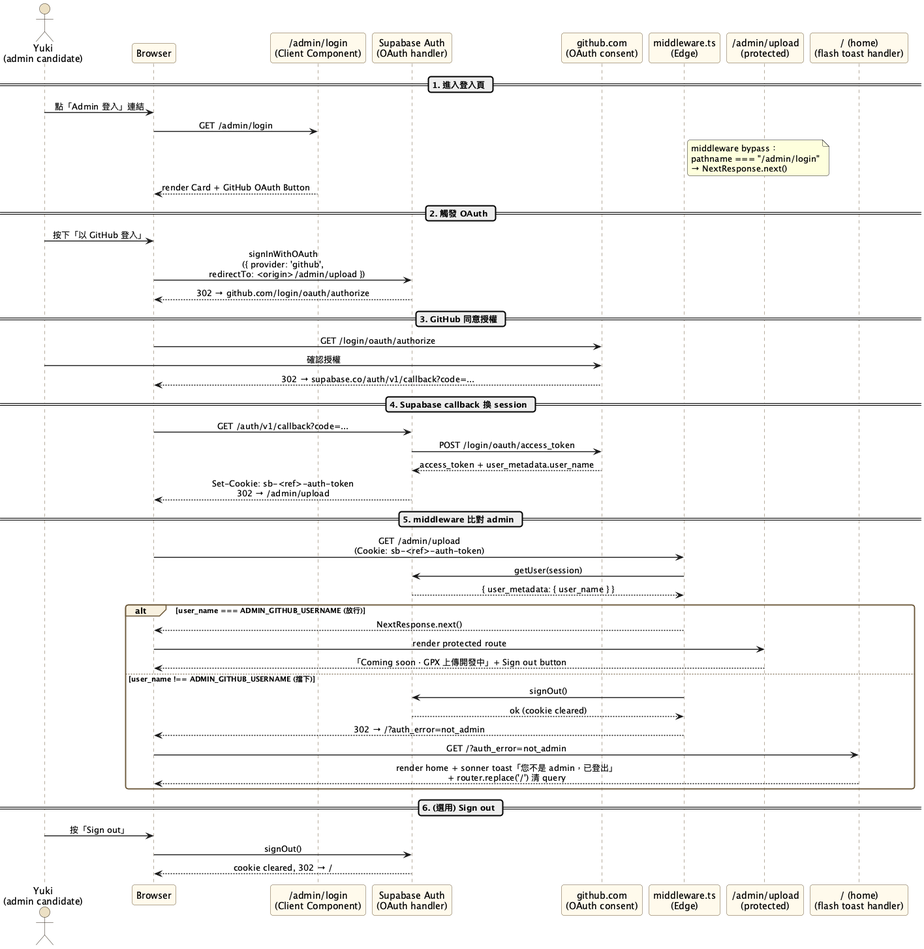
The PlantUML diagram openspec/changes/wave-c-supabase-rls-auth/diagrams/01-sequence-admin-oauth-flow.png in BIBIOTA/yuki-running-map, before a commit.
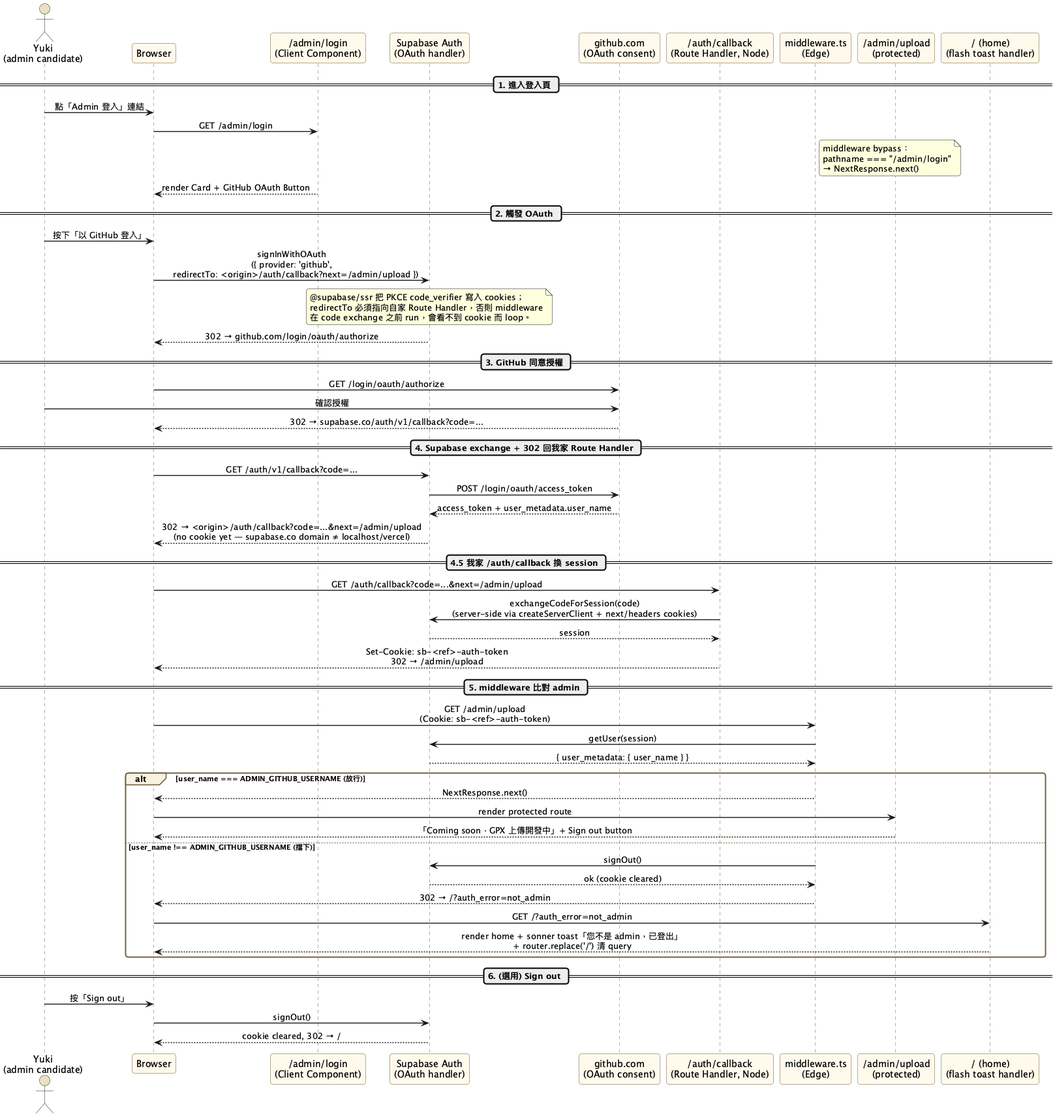
The same file after the commit.

Commit message:
docs(wave-c): verification report + diagram sync to actual implementation

What changed in the source:
```diff
@@ -22,6 +22,7 @@
 participant "/admin/login\n(Client Component)" as loginPage
 participant "Supabase Auth\n(OAuth handler)" as supaAuth
 participant "github.com\n(OAuth consent)" as github
+participant "/auth/callback\n(Route Handler, Node)" as cb
 participant "middleware.ts\n(Edge)" as mw
 participant "/admin/upload\n(protected)" as uploadPage
 participant "/ (home)\n(flash toast handler)" as home
@@ -38,7 +39,12 @@
 
 == 2. 觸發 OAuth ==
 user -> browser: 按下「以 GitHub 登入」
-browser -> supaAuth: signInWithOAuth\n({ provider: 'github',\n   redirectTo: <origin>/admin/upload })
+browser -> supaAuth: signInWithOAuth\n({ provider: 'github',\n   redirectTo: <origin>/auth/callback?next=/admin/upload })
+note over supaAuth
+  @supabase/ssr 把 PKCE code_verifier 寫入 cookies；
+  redirectTo 必須指向自家 Route Handler，否則 middleware
+  在 code exchange 之前 run，會看不到 cookie 而 loop。
+end note
 supaAuth --> browser: 302 → github.com/login/oauth/authorize
 
 == 3. GitHub 同意授權 ==
@@ -46,11 +52,17 @@
 user -> github: 確認授權
 github --> browser: 302 → supabase.co/auth/v1/callback?code=...
 
-== 4. Supabase callback 換 session ==
+== 4. Supabase exchange + 302 回我家 Route Handler ==
 browser -> supaAuth: GET /auth/v1/callback?code=...
 supaAuth -> github: POST /login/oauth/access_token
 github --> supaAuth: access_token + user_metadata.user_name
-supaAuth --> browser: Set-Cookie: sb-<ref>-auth-token\n302 → /admin/upload
+supaAuth --> browser: 302 → <origin>/auth/callback?code=...&next=/admin/upload\n(no cookie yet — supabase.co domain ≠ localhost/vercel)
+
+== 4.5 我家 /auth/callback 換 session ==
+browser -> cb: GET /auth/callback?code=...&next=/admin/upload
+cb -> supaAuth: exchangeCodeForSession(code)\n(server-side via createServerClient + next/headers cookies)
+supaAuth --> cb: session
+cb --> browser: Set-Cookie: sb-<ref>-auth-token\n302 → /admin/upload
 
 == 5. middleware 比對 admin ==
 browser -> mw: GET /admin/upload\n(Cookie: sb-<ref>-auth-token)
```
